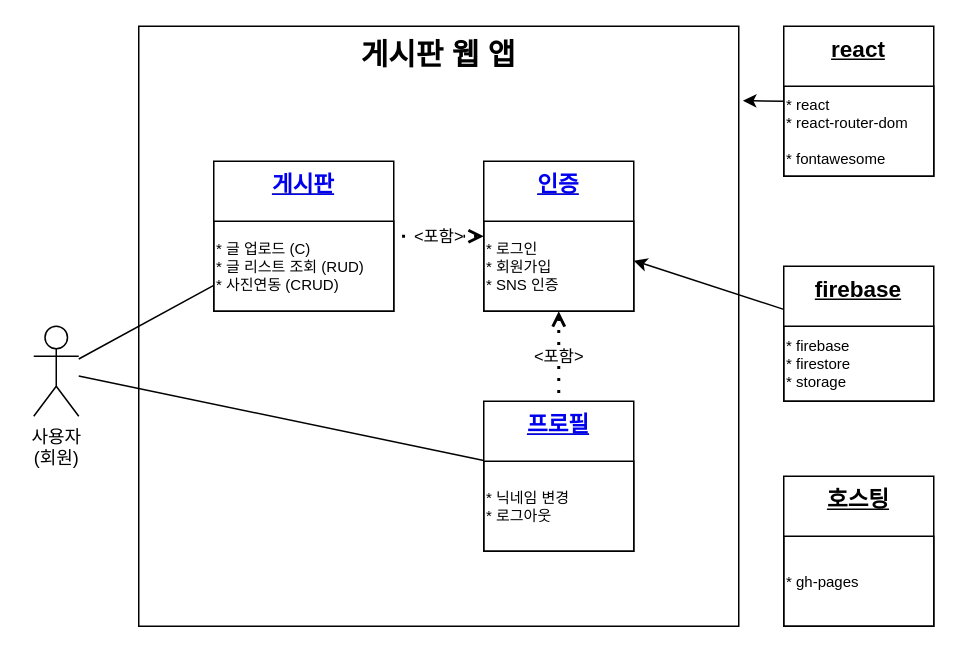
Before: page "Usecase Diagram" (1 of 6) of wtwitter.drawio in euoom/wtwitter, a draw.io diagram. Source tidied: cells renumbered, new cells numbered last; positions are measured from the earlier drawing's top-left corner, leaving out a move shared by most shapes. Both pictures are drawn from the tidied source at 150%, with x=0, y=0 at pixel (33, 26).
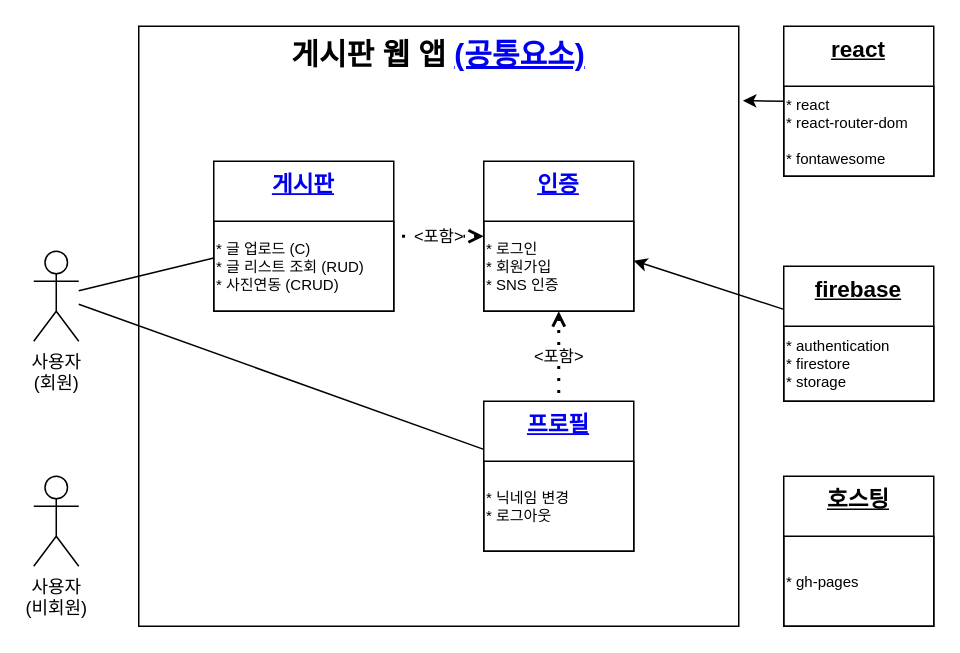
The same page after the edit.

The change refers to these unchanged cells:
```xml
<mxCell id="4" value="firebase" style="rounded=0;whiteSpace=wrap;html=1;fillColor=none;fontSize=15;fontStyle=5;verticalAlign=top;" parent="1" vertex="1">
  <mxGeometry x="500" y="160" width="100" height="90" as="geometry" />
</mxCell>
```

Change to the diagram source:
```diff
@@
-    <mxCell id="2" value="&lt;span style=&quot;font-size: 20px;&quot;&gt;게시판 웹 앱&lt;/span&gt;" style="rounded=0;whiteSpace=wrap;html=1;fillColor=none;verticalAlign=top;fontStyle=1;fontSize=20;" parent="1" vertex="1">
+    <mxCell id="2" value="&lt;span style=&quot;font-size: 20px;&quot;&gt;게시판 웹 앱 &lt;a href=&quot;data:page/id,sQc_X80rMM9GH4IfeHkn&quot;&gt;(공통요소)&lt;/a&gt;&lt;br&gt;&lt;/span&gt;" style="rounded=0;whiteSpace=wrap;html=1;fillColor=none;verticalAlign=top;fontStyle=1;fontSize=20;" parent="1" vertex="1">
       <mxGeometry x="70" width="400" height="400" as="geometry" />
     </mxCell>
     <mxCell id="3" value="사용자&lt;br&gt;(회원)" style="shape=umlActor;verticalLabelPosition=bottom;verticalAlign=top;html=1;outlineConnect=0;" parent="1" vertex="1">
-      <mxGeometry y="200" width="30" height="60" as="geometry" />
+      <mxGeometry y="150" width="30" height="60" as="geometry" />
     </mxCell>
@@
-    <mxCell id="5" value="* firebase&lt;br&gt;* firestore&lt;br&gt;* storage" style="rounded=0;whiteSpace=wrap;html=1;fillColor=none;fontSize=10;fontStyle=0;verticalAlign=middle;align=left;" parent="4" vertex="1">
+    <mxCell id="5" value="* authentication&lt;br&gt;* firestore&lt;br&gt;* storage" style="rounded=0;whiteSpace=wrap;html=1;fillColor=none;fontSize=10;fontStyle=0;verticalAlign=middle;align=left;" parent="4" vertex="1">
       <mxGeometry y="40" width="100" height="50" as="geometry" />
     </mxCell>
@@
+    <mxCell id="22" value="사용자&lt;br&gt;(비회원)" style="shape=umlActor;verticalLabelPosition=bottom;verticalAlign=top;html=1;" parent="1" vertex="1">
+      <mxGeometry y="300" width="30" height="60" as="geometry" />
+    </mxCell>
```
